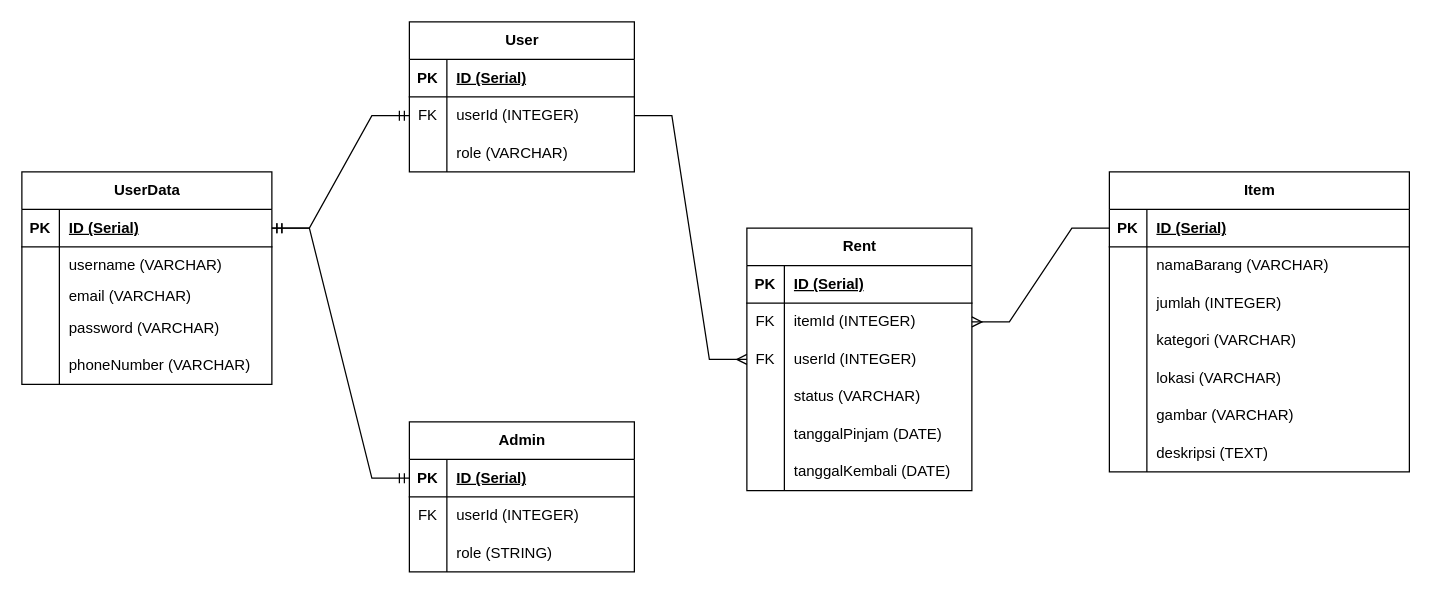
This is erd.drawio from bh-finalproject/backend, a draw.io file, before an edit. Source tidied: cells renumbered, new cells numbered last; positions are measured from the earlier drawing's top-left corner, leaving out a move shared by most shapes. Both pictures are drawn from the tidied source at 125%, with x=0, y=0 at pixel (21, 21).
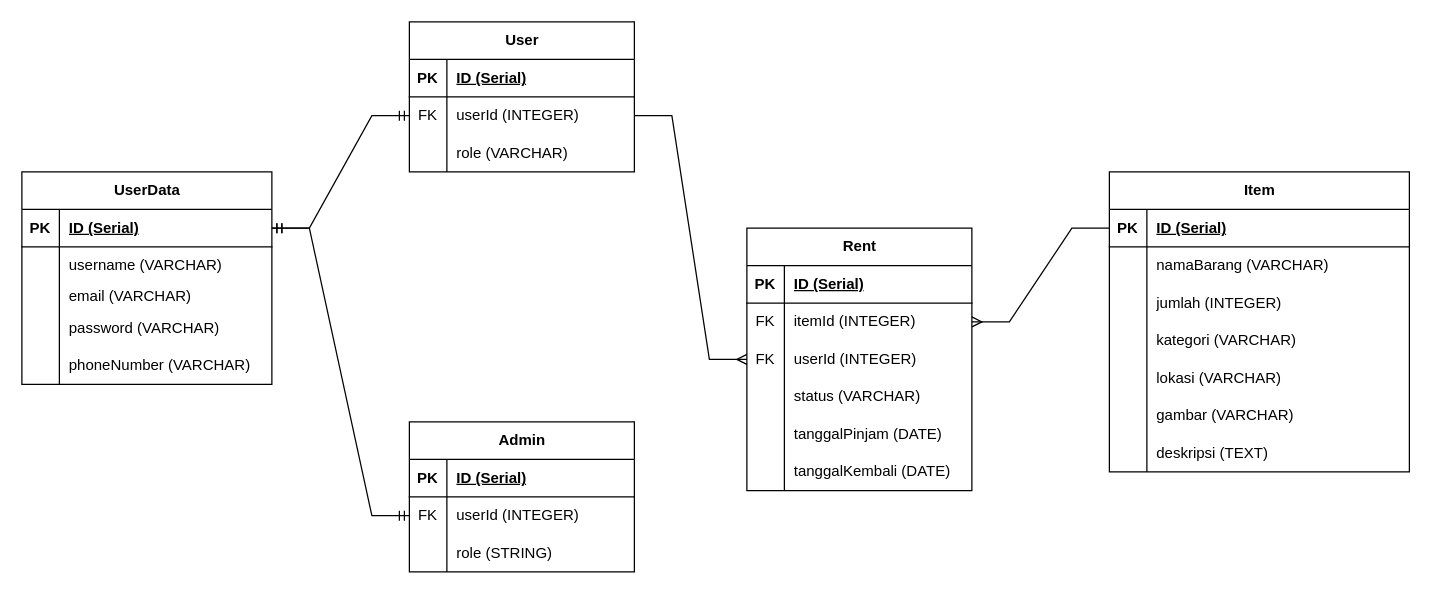
The same page after the edit.

Unchanged cells that the change refers to:
```xml
<mxCell id="3" style="shape=tableRow;horizontal=0;startSize=0;swimlaneHead=0;swimlaneBody=0;fillColor=none;points=[[0,0.5],[1,0.5]];portConstraint=eastwest;top=0;left=0;right=0;bottom=1;" parent="2" vertex="1">
  <mxGeometry y="30" width="200" height="30" as="geometry" />
</mxCell>
<mxCell id="19" style="shape=tableRow;horizontal=0;startSize=0;swimlaneHead=0;swimlaneBody=0;fillColor=none;points=[[0,0.5],[1,0.5]];portConstraint=eastwest;top=0;left=0;right=0;bottom=1;" parent="18" vertex="1">
  <mxGeometry y="30" width="180" height="30" as="geometry" />
</mxCell>
<mxCell id="22" style="shape=tableRow;horizontal=0;startSize=0;swimlaneHead=0;swimlaneBody=0;fillColor=none;points=[[0,0.5],[1,0.5]];portConstraint=eastwest;top=0;left=0;right=0;bottom=0;" parent="18" vertex="1">
  <mxGeometry y="60" width="180" height="30" as="geometry" />
</mxCell>
```

What changed in the source:
```diff
@@
-    <mxCell id="39" style="edgeStyle=entityRelationEdgeStyle;fontSize=12;html=1;endArrow=ERmandOne;startArrow=ERmandOne;rounded=0;" parent="1" edge="1" source="3" target="19">
+    <mxCell id="39" style="edgeStyle=entityRelationEdgeStyle;fontSize=12;html=1;endArrow=ERmandOne;startArrow=ERmandOne;rounded=0;" parent="1" edge="1" source="3" target="22">
       <mxGeometry relative="1" as="geometry" />
     </mxCell>
```
